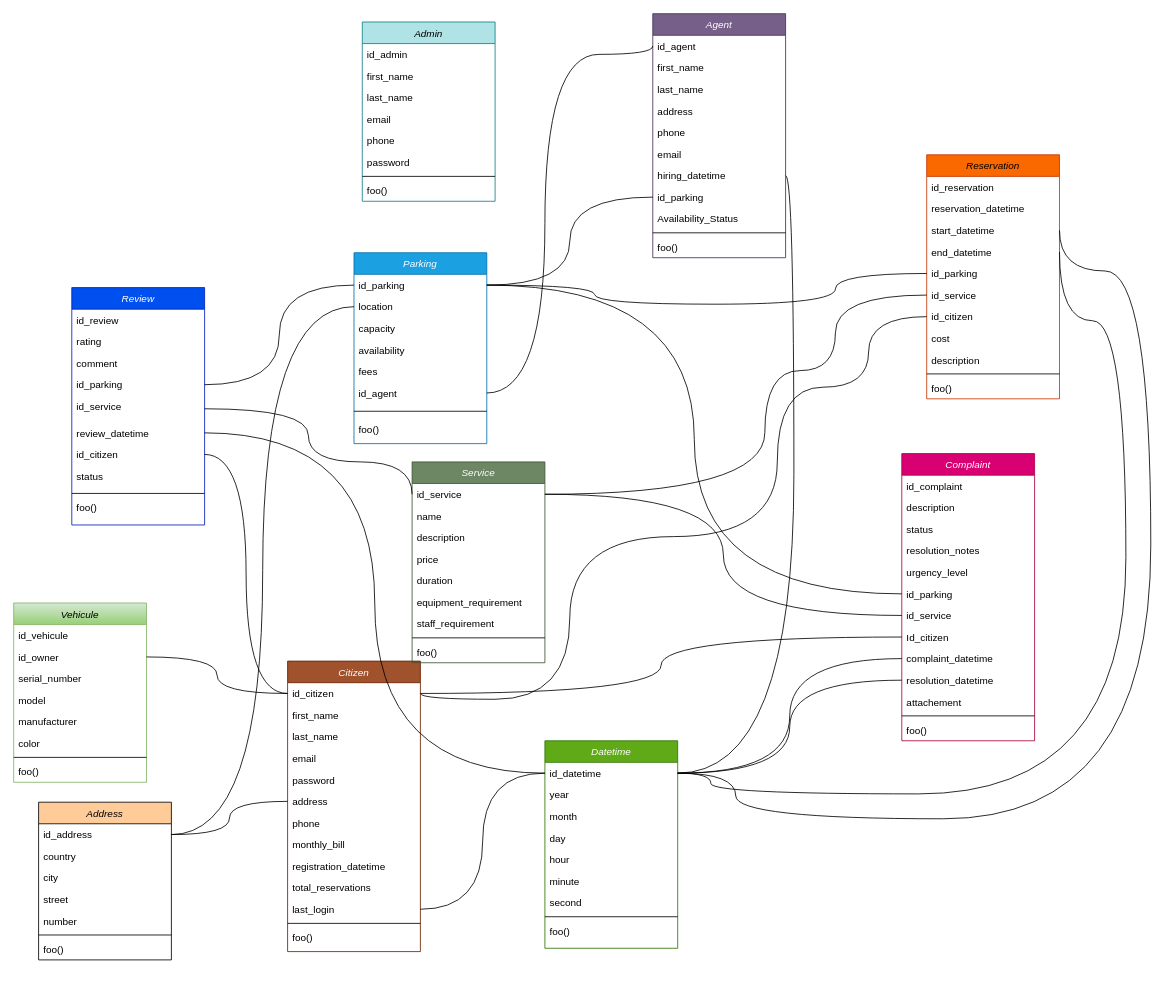
Above: docs/DB_diagram.drawio in anomaly1095/parky (draw.io), before the change. Source tidied: cells renumbered, new cells numbered last; positions are measured from the earlier drawing's top-left corner, leaving out a move shared by most shapes. Both pictures are drawn from the tidied source at 83%, with x=0, y=0 at pixel (13, 13).
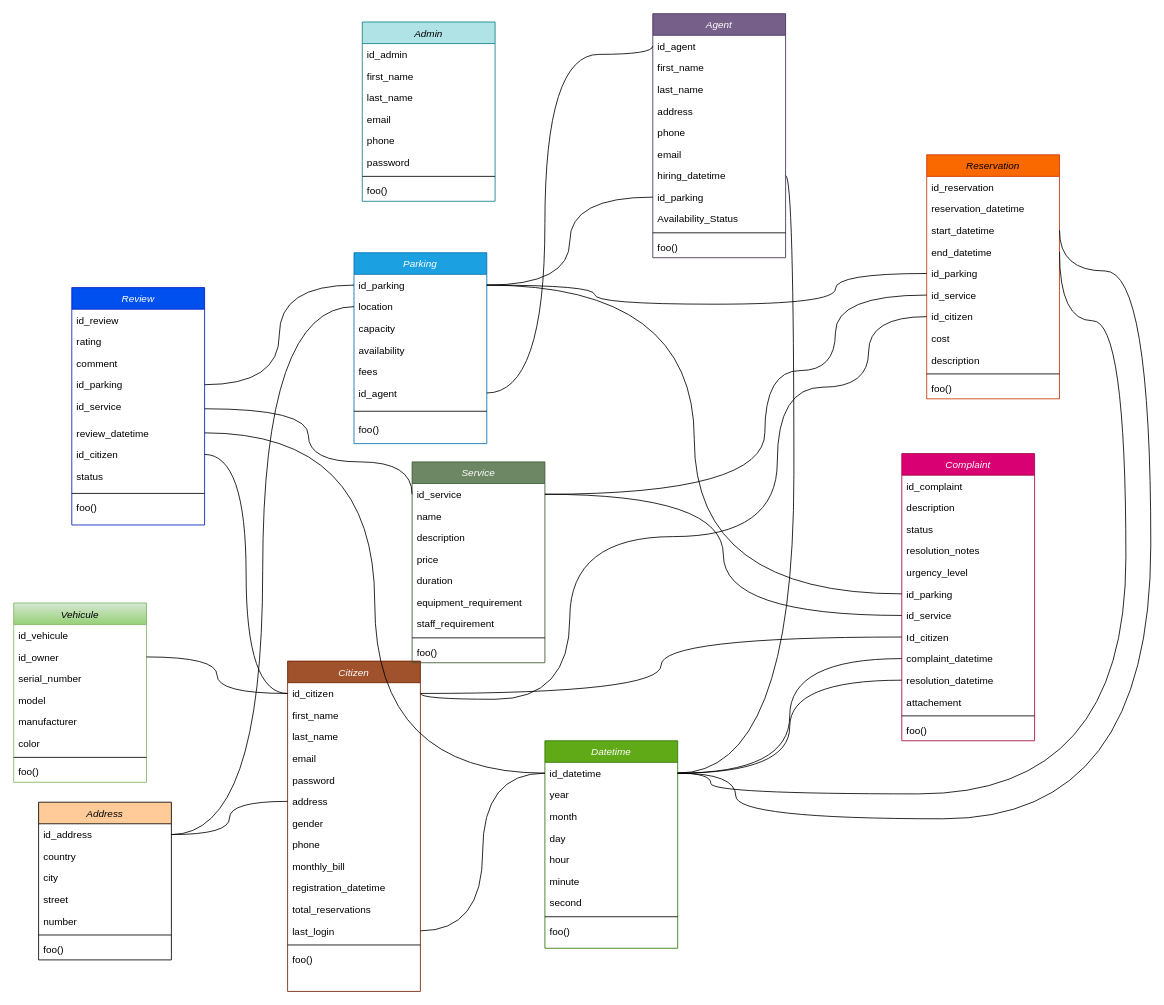
The same diagram, later.

Diff of the diagram source:
```diff
@@
     <mxCell id="54" value="Citizen" style="swimlane;fontStyle=2;align=center;verticalAlign=top;horizontal=1;startSize=26;rounded=0;shadow=0;strokeWidth=1;fillColor=#a0522d;fontColor=#ffffff;strokeColor=#6D1F00;" parent="1" vertex="1">
-      <mxGeometry x="330" y="780" width="160" height="350" as="geometry" />
+      <mxGeometry x="330" y="780" width="160" height="398" as="geometry" />
     </mxCell>
@@
+    <mxCell id="141" value="gender" style="text;align=left;verticalAlign=top;spacingLeft=4;spacingRight=4;overflow=hidden;rounded=0;shadow=0;html=0;" parent="54" vertex="1">
+      <mxGeometry y="182" width="160" height="26" as="geometry" />
+    </mxCell>
     <mxCell id="61" value="phone" style="text;align=left;verticalAlign=top;spacingLeft=4;spacingRight=4;overflow=hidden;rounded=0;shadow=0;html=0;" parent="54" vertex="1">
-      <mxGeometry y="182" width="160" height="26" as="geometry" />
+      <mxGeometry y="208" width="160" height="26" as="geometry" />
     </mxCell>
     <mxCell id="62" value="monthly_bill" style="text;align=left;verticalAlign=top;spacingLeft=4;spacingRight=4;overflow=hidden;rounded=0;shadow=0;html=0;" parent="54" vertex="1">
-      <mxGeometry y="208" width="160" height="26" as="geometry" />
+      <mxGeometry y="234" width="160" height="26" as="geometry" />
     </mxCell>
     <mxCell id="63" value="registration_datetime" style="text;align=left;verticalAlign=top;spacingLeft=4;spacingRight=4;overflow=hidden;rounded=0;shadow=0;html=0;" parent="54" vertex="1">
-      <mxGeometry y="234" width="160" height="26" as="geometry" />
+      <mxGeometry y="260" width="160" height="26" as="geometry" />
     </mxCell>
     <mxCell id="64" value="total_reservations" style="text;align=left;verticalAlign=top;spacingLeft=4;spacingRight=4;overflow=hidden;rounded=0;shadow=0;html=0;" parent="54" vertex="1">
-      <mxGeometry y="260" width="160" height="26" as="geometry" />
+      <mxGeometry y="286" width="160" height="26" as="geometry" />
     </mxCell>
     <mxCell id="65" value="last_login" style="text;align=left;verticalAlign=top;spacingLeft=4;spacingRight=4;overflow=hidden;points=[[0,0.5],[1,0.5]];portConstraint=eastwest;rounded=0;shadow=0;html=0;" parent="54" vertex="1">
-      <mxGeometry y="286" width="160" height="26" as="geometry" />
+      <mxGeometry y="312" width="160" height="26" as="geometry" />
     </mxCell>
     <mxCell id="66" style="line;html=1;strokeWidth=1;align=left;verticalAlign=middle;spacingTop=-1;spacingLeft=3;spacingRight=3;labelPosition=right;" parent="54" vertex="1">
-      <mxGeometry y="312" width="160" height="8" as="geometry" />
+      <mxGeometry y="338" width="160" height="8" as="geometry" />
     </mxCell>
     <mxCell id="67" value="foo()" style="text;align=left;verticalAlign=top;spacingLeft=4;spacingRight=4;overflow=hidden;" parent="54" vertex="1">
-      <mxGeometry y="320" width="160" height="26" as="geometry" />
+      <mxGeometry y="346" width="160" height="26" as="geometry" />
     </mxCell>
```
